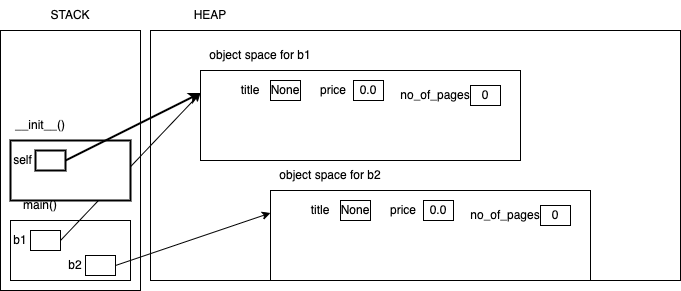
The draw.io diagram day2/workspace/concepts.dio.png in vinod-kayartaya/HPE-PYTHON-SEP-2025, before a commit. Source tidied: cells renumbered, new cells last; positions are measured from the earlier drawing's top-left corner, leaving out a move shared by most shapes. Its diagram source:
```xml
<mxGraphModel>
  <root>
    <mxCell id="0" />
    <mxCell id="1" parent="0" />
    <mxCell id="2" style="rounded=0;whiteSpace=wrap;html=1;" parent="1" vertex="1">
      <mxGeometry y="30" width="140" height="260" as="geometry" />
    </mxCell>
    <mxCell id="3" value="STACK" style="text;html=1;align=center;verticalAlign=middle;whiteSpace=wrap;rounded=0;" parent="1" vertex="1">
      <mxGeometry x="40" width="60" height="30" as="geometry" />
    </mxCell>
    <mxCell id="4" style="rounded=0;whiteSpace=wrap;html=1;" parent="1" vertex="1">
      <mxGeometry x="150" y="30" width="530" height="250" as="geometry" />
    </mxCell>
    <mxCell id="5" value="HEAP" style="text;html=1;align=center;verticalAlign=middle;whiteSpace=wrap;rounded=0;" parent="1" vertex="1">
      <mxGeometry x="180" width="60" height="30" as="geometry" />
    </mxCell>
    <mxCell id="6" style="rounded=0;whiteSpace=wrap;html=1;" parent="1" vertex="1">
      <mxGeometry x="10" y="220" width="120" height="60" as="geometry" />
    </mxCell>
    <mxCell id="7" value="main()" style="text;html=1;align=center;verticalAlign=middle;whiteSpace=wrap;rounded=0;" parent="1" vertex="1">
      <mxGeometry x="10" y="190" width="60" height="30" as="geometry" />
    </mxCell>
    <mxCell id="8" value="b1" style="text;html=1;align=center;verticalAlign=middle;whiteSpace=wrap;rounded=0;" parent="1" vertex="1">
      <mxGeometry x="10" y="225" width="20" height="30" as="geometry" />
    </mxCell>
    <mxCell id="9" style="edgeStyle=none;html=1;exitX=1;exitY=0.5;exitDx=0;exitDy=0;entryX=0;entryY=0.25;entryDx=0;entryDy=0;" parent="1" edge="1" source="10" target="11">
      <mxGeometry relative="1" as="geometry" />
    </mxCell>
    <mxCell id="10" style="rounded=0;whiteSpace=wrap;html=1;" parent="1" vertex="1">
      <mxGeometry x="30" y="230" width="30" height="20" as="geometry" />
    </mxCell>
    <mxCell id="11" style="rounded=0;whiteSpace=wrap;html=1;" parent="1" vertex="1">
      <mxGeometry x="200" y="70" width="320" height="90" as="geometry" />
    </mxCell>
    <mxCell id="12" value="object space for b1" style="text;html=1;align=center;verticalAlign=middle;whiteSpace=wrap;rounded=0;" parent="1" vertex="1">
      <mxGeometry x="200" y="40" width="120" height="30" as="geometry" />
    </mxCell>
    <mxCell id="13" value="__init__()" style="text;html=1;align=center;verticalAlign=middle;whiteSpace=wrap;rounded=0;strokeWidth=2;" parent="1" vertex="1">
      <mxGeometry x="10" y="110" width="60" height="30" as="geometry" />
    </mxCell>
    <mxCell id="14" style="rounded=0;whiteSpace=wrap;html=1;strokeWidth=2;" parent="1" vertex="1">
      <mxGeometry x="10" y="140" width="120" height="60" as="geometry" />
    </mxCell>
    <mxCell id="15" value="self" style="text;html=1;align=center;verticalAlign=middle;whiteSpace=wrap;rounded=0;strokeWidth=2;" parent="1" vertex="1">
      <mxGeometry x="10" y="145" width="25" height="30" as="geometry" />
    </mxCell>
    <mxCell id="16" style="rounded=0;whiteSpace=wrap;html=1;strokeWidth=2;" parent="1" vertex="1">
      <mxGeometry x="35" y="150" width="30" height="20" as="geometry" />
    </mxCell>
    <mxCell id="17" style="edgeStyle=none;html=1;exitX=1;exitY=0.5;exitDx=0;exitDy=0;entryX=0;entryY=0.25;entryDx=0;entryDy=0;strokeWidth=2;" parent="1" edge="1" source="16" target="11">
      <mxGeometry relative="1" as="geometry" />
    </mxCell>
    <mxCell id="18" value="None" style="rounded=0;whiteSpace=wrap;html=1;" parent="1" vertex="1">
      <mxGeometry x="270" y="80" width="30" height="20" as="geometry" />
    </mxCell>
    <mxCell id="19" value="title" style="text;html=1;align=center;verticalAlign=middle;whiteSpace=wrap;rounded=0;" parent="1" vertex="1">
      <mxGeometry x="230" y="75" width="40" height="30" as="geometry" />
    </mxCell>
    <mxCell id="20" value="price" style="text;html=1;align=center;verticalAlign=middle;whiteSpace=wrap;rounded=0;" parent="1" vertex="1">
      <mxGeometry x="313" y="75" width="40" height="30" as="geometry" />
    </mxCell>
    <mxCell id="21" value="0.0" style="rounded=0;whiteSpace=wrap;html=1;" parent="1" vertex="1">
      <mxGeometry x="353" y="80" width="30" height="20" as="geometry" />
    </mxCell>
    <mxCell id="22" value="0" style="rounded=0;whiteSpace=wrap;html=1;" parent="1" vertex="1">
      <mxGeometry x="470" y="85" width="30" height="20" as="geometry" />
    </mxCell>
    <mxCell id="23" value="no_of_pages" style="text;html=1;align=center;verticalAlign=middle;whiteSpace=wrap;rounded=0;" parent="1" vertex="1">
      <mxGeometry x="400" y="80" width="70" height="30" as="geometry" />
    </mxCell>
    <mxCell id="24" style="rounded=0;whiteSpace=wrap;html=1;" parent="1" vertex="1">
      <mxGeometry x="270" y="190" width="320" height="90" as="geometry" />
    </mxCell>
    <mxCell id="25" value="object space for b2" style="text;html=1;align=center;verticalAlign=middle;whiteSpace=wrap;rounded=0;" parent="1" vertex="1">
      <mxGeometry x="270" y="160" width="120" height="30" as="geometry" />
    </mxCell>
    <mxCell id="26" value="None" style="rounded=0;whiteSpace=wrap;html=1;" parent="1" vertex="1">
      <mxGeometry x="340" y="200" width="30" height="20" as="geometry" />
    </mxCell>
    <mxCell id="27" value="title" style="text;html=1;align=center;verticalAlign=middle;whiteSpace=wrap;rounded=0;" parent="1" vertex="1">
      <mxGeometry x="300" y="195" width="40" height="30" as="geometry" />
    </mxCell>
    <mxCell id="28" value="price" style="text;html=1;align=center;verticalAlign=middle;whiteSpace=wrap;rounded=0;" parent="1" vertex="1">
      <mxGeometry x="383" y="195" width="40" height="30" as="geometry" />
    </mxCell>
    <mxCell id="29" value="0.0" style="rounded=0;whiteSpace=wrap;html=1;" parent="1" vertex="1">
      <mxGeometry x="423" y="200" width="30" height="20" as="geometry" />
    </mxCell>
    <mxCell id="30" value="0" style="rounded=0;whiteSpace=wrap;html=1;" parent="1" vertex="1">
      <mxGeometry x="540" y="205" width="30" height="20" as="geometry" />
    </mxCell>
    <mxCell id="31" value="no_of_pages" style="text;html=1;align=center;verticalAlign=middle;whiteSpace=wrap;rounded=0;" parent="1" vertex="1">
      <mxGeometry x="470" y="200" width="70" height="30" as="geometry" />
    </mxCell>
    <mxCell id="32" value="b2" style="text;html=1;align=center;verticalAlign=middle;whiteSpace=wrap;rounded=0;" parent="1" vertex="1">
      <mxGeometry x="65" y="250" width="20" height="30" as="geometry" />
    </mxCell>
    <mxCell id="33" style="edgeStyle=none;html=1;exitX=1;exitY=0.5;exitDx=0;exitDy=0;entryX=0;entryY=0.25;entryDx=0;entryDy=0;" parent="1" edge="1" source="34" target="24">
      <mxGeometry relative="1" as="geometry" />
    </mxCell>
    <mxCell id="34" style="rounded=0;whiteSpace=wrap;html=1;" parent="1" vertex="1">
      <mxGeometry x="85" y="255" width="30" height="20" as="geometry" />
    </mxCell>
  </root>
</mxGraphModel>
```
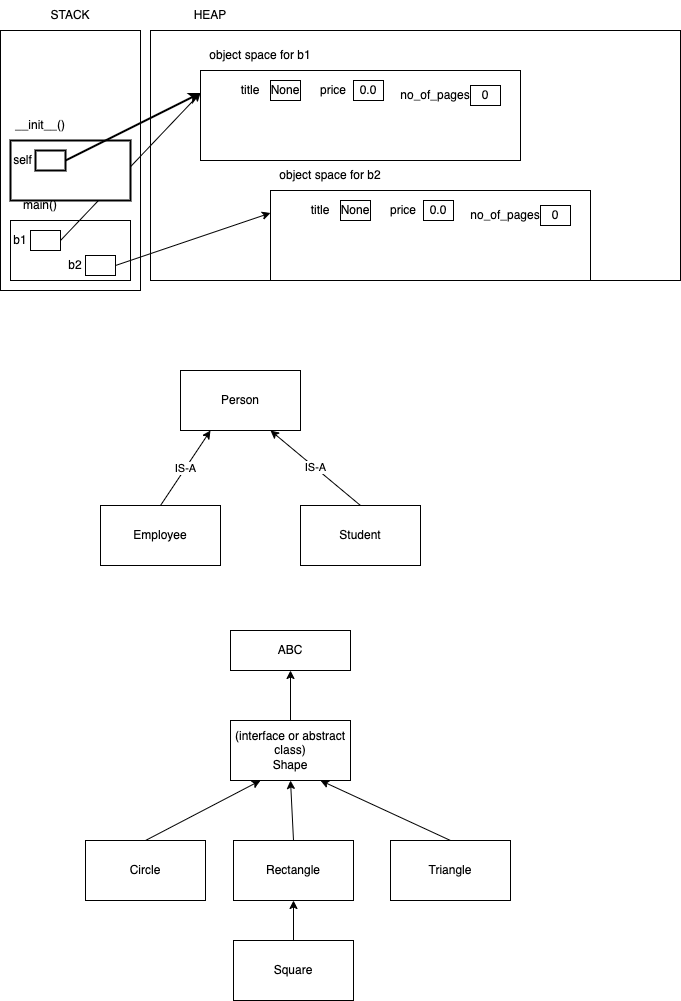
The same diagram one commit later.

Change to the diagram source:
```diff
@@ -101,5 +101,53 @@
     <mxCell id="34" style="rounded=0;whiteSpace=wrap;html=1;" parent="1" vertex="1">
       <mxGeometry x="85" y="255" width="30" height="20" as="geometry" />
     </mxCell>
+    <mxCell id="35" value="Person" style="rounded=0;whiteSpace=wrap;html=1;" parent="1" vertex="1">
+      <mxGeometry x="180" y="370" width="120" height="60" as="geometry" />
+    </mxCell>
+    <mxCell id="36" value="IS-A" style="edgeStyle=none;html=1;exitX=0.5;exitY=0;exitDx=0;exitDy=0;entryX=0.25;entryY=1;entryDx=0;entryDy=0;" parent="1" edge="1" source="37" target="35">
+      <mxGeometry relative="1" as="geometry" />
+    </mxCell>
+    <mxCell id="37" value="Employee" style="rounded=0;whiteSpace=wrap;html=1;" parent="1" vertex="1">
+      <mxGeometry x="100" y="505" width="120" height="60" as="geometry" />
+    </mxCell>
+    <mxCell id="38" value="IS-A" style="edgeStyle=none;html=1;exitX=0.5;exitY=0;exitDx=0;exitDy=0;entryX=0.75;entryY=1;entryDx=0;entryDy=0;" parent="1" edge="1" source="39" target="35">
+      <mxGeometry relative="1" as="geometry" />
+    </mxCell>
+    <mxCell id="39" value="Student" style="rounded=0;whiteSpace=wrap;html=1;" parent="1" vertex="1">
+      <mxGeometry x="300" y="505" width="120" height="60" as="geometry" />
+    </mxCell>
+    <mxCell id="40" style="edgeStyle=none;html=1;exitX=0.5;exitY=0;exitDx=0;exitDy=0;entryX=0.25;entryY=1;entryDx=0;entryDy=0;" parent="1" edge="1" source="41" target="49">
+      <mxGeometry relative="1" as="geometry" />
+    </mxCell>
+    <mxCell id="41" value="Circle" style="rounded=0;whiteSpace=wrap;html=1;" parent="1" vertex="1">
+      <mxGeometry x="85" y="840" width="120" height="60" as="geometry" />
+    </mxCell>
+    <mxCell id="42" style="edgeStyle=none;html=1;exitX=0.5;exitY=0;exitDx=0;exitDy=0;entryX=0.5;entryY=1;entryDx=0;entryDy=0;" parent="1" edge="1" source="43" target="49">
+      <mxGeometry relative="1" as="geometry" />
+    </mxCell>
+    <mxCell id="43" value="Rectangle" style="rounded=0;whiteSpace=wrap;html=1;" parent="1" vertex="1">
+      <mxGeometry x="233" y="840" width="120" height="60" as="geometry" />
+    </mxCell>
+    <mxCell id="44" style="edgeStyle=none;html=1;exitX=0.5;exitY=0;exitDx=0;exitDy=0;entryX=0.5;entryY=1;entryDx=0;entryDy=0;" parent="1" edge="1" source="45" target="43">
+      <mxGeometry relative="1" as="geometry" />
+    </mxCell>
+    <mxCell id="45" value="Square" style="rounded=0;whiteSpace=wrap;html=1;" parent="1" vertex="1">
+      <mxGeometry x="233" y="940" width="120" height="60" as="geometry" />
+    </mxCell>
+    <mxCell id="46" style="edgeStyle=none;html=1;exitX=0.5;exitY=0;exitDx=0;exitDy=0;entryX=0.75;entryY=1;entryDx=0;entryDy=0;" parent="1" edge="1" source="47" target="49">
+      <mxGeometry relative="1" as="geometry" />
+    </mxCell>
+    <mxCell id="47" value="Triangle" style="rounded=0;whiteSpace=wrap;html=1;" parent="1" vertex="1">
+      <mxGeometry x="390" y="840" width="120" height="60" as="geometry" />
+    </mxCell>
+    <mxCell id="48" style="edgeStyle=none;html=1;exitX=0.5;exitY=0;exitDx=0;exitDy=0;entryX=0.5;entryY=1;entryDx=0;entryDy=0;" parent="1" edge="1" source="49" target="50">
+      <mxGeometry relative="1" as="geometry" />
+    </mxCell>
+    <mxCell id="49" value="(interface or abstract class)&lt;div&gt;Shape&lt;/div&gt;" style="rounded=0;whiteSpace=wrap;html=1;" parent="1" vertex="1">
+      <mxGeometry x="230" y="720" width="120" height="60" as="geometry" />
+    </mxCell>
+    <mxCell id="50" value="ABC" style="rounded=0;whiteSpace=wrap;html=1;" parent="1" vertex="1">
+      <mxGeometry x="230" y="630" width="120" height="40" as="geometry" />
+    </mxCell>
   </root>
 </mxGraphModel>
```
